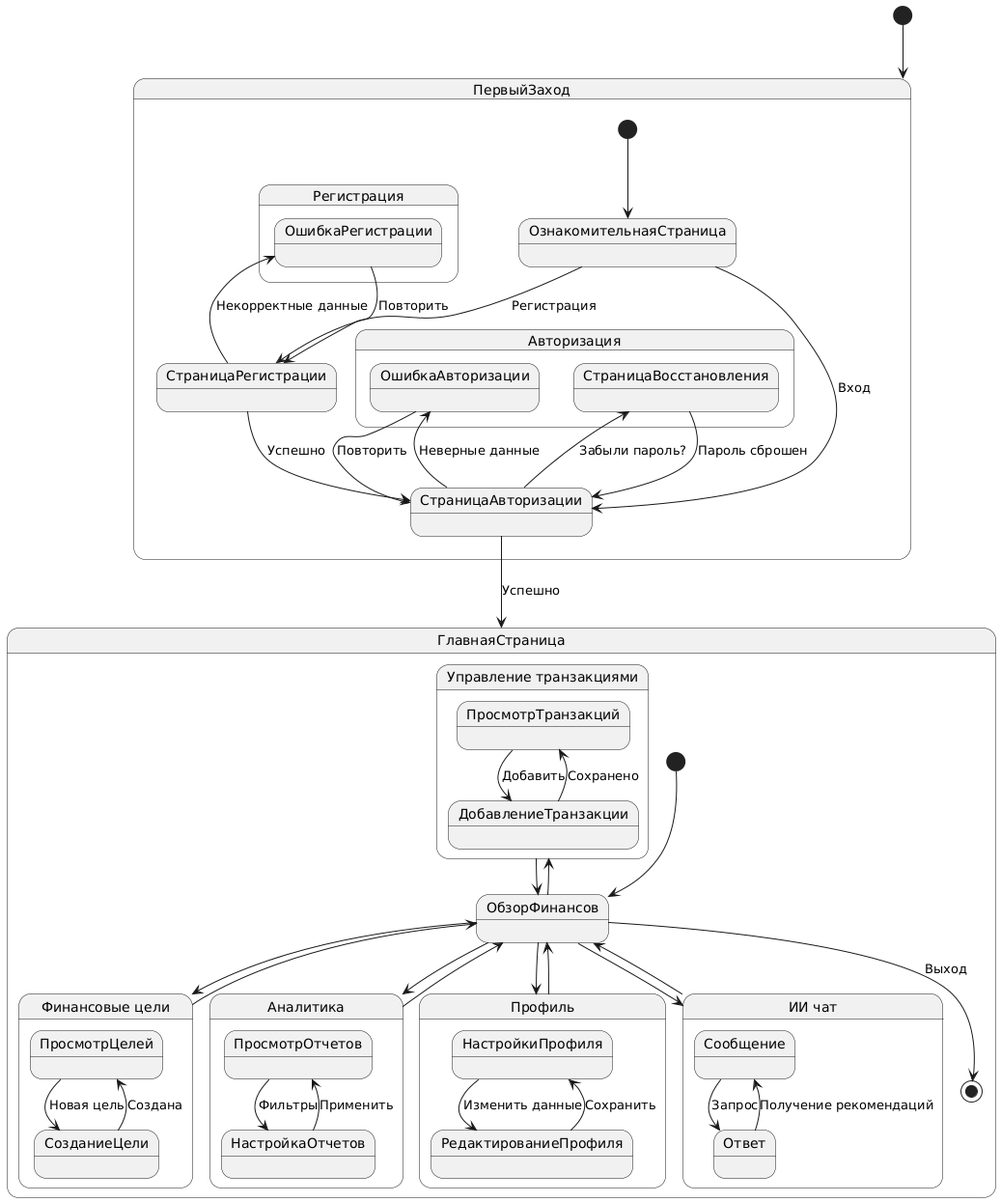
Above: diagrams/state/state.png in wizado7/MoneyGuard (PlantUML), before the change.
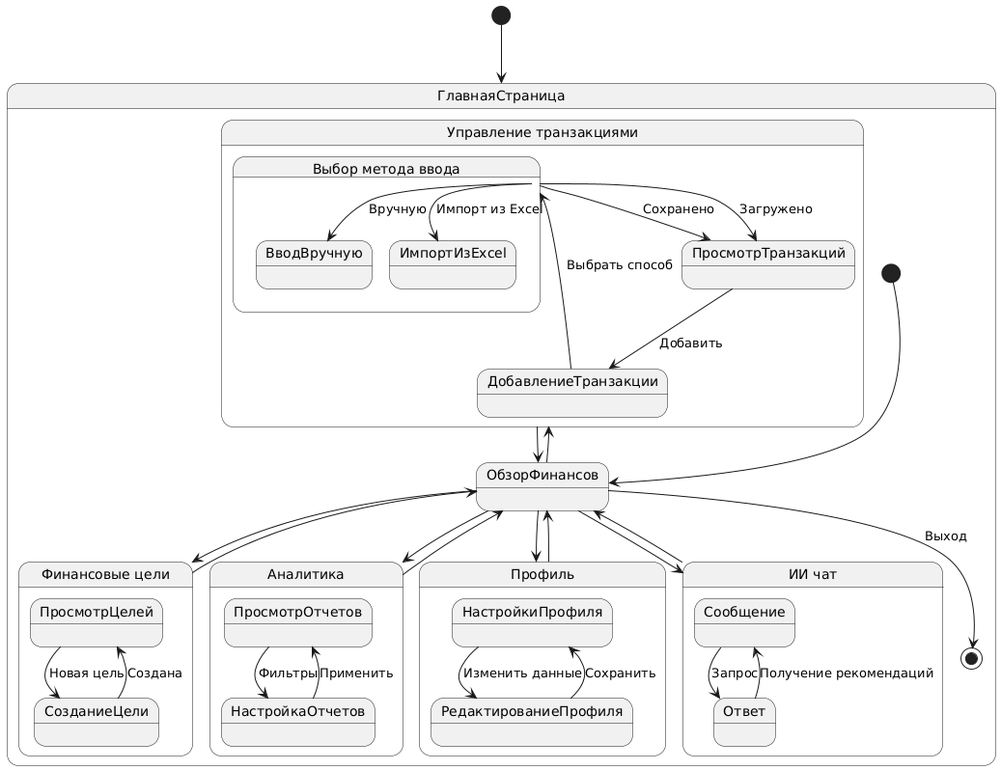
After the change.

Commit message:
Task #22: Updating diagrams for new concept

Diff of the diagram source:
```diff
@@ -1,25 +1,5 @@
 @startuml
-[*] --> ПервыйЗаход
-
-state ПервыйЗаход {
-    [*] --> ОзнакомительнаяСтраница
-    ОзнакомительнаяСтраница --> СтраницаРегистрации : Регистрация
-    ОзнакомительнаяСтраница --> СтраницаАвторизации : Вход
-
-    state "Регистрация" as reg {
-        СтраницаРегистрации --> ОшибкаРегистрации : Некорректные данные
-        ОшибкаРегистрации --> СтраницаРегистрации : Повторить
-        СтраницаРегистрации --> СтраницаАвторизации : Успешно
-    }
-
-    state "Авторизация" as auth {
-        СтраницаАвторизации --> ОшибкаАвторизации : Неверные данные
-        ОшибкаАвторизации --> СтраницаАвторизации : Повторить
-        СтраницаАвторизации --> СтраницаВосстановления : Забыли пароль?
-        СтраницаВосстановления --> СтраницаАвторизации : Пароль сброшен
-        СтраницаАвторизации --> ГлавнаяСтраница : Успешно
-    }
-}
+[*] --> ГлавнаяСтраница
 
 state ГлавнаяСтраница {
     [*] --> ОбзорФинансов
@@ -34,12 +14,16 @@
     analytics --> ОбзорФинансов
     profile --> ОбзорФинансов
 
-
     state "Управление транзакциями" as transactions {
         ПросмотрТранзакций --> ДобавлениеТранзакции : Добавить
-        ДобавлениеТранзакции --> ПросмотрТранзакций : Сохранено
+        ДобавлениеТранзакции --> ВыборМетодаВвода : Выбрать способ
+        state "Выбор метода ввода" as ВыборМетодаВвода {
+            ВыборМетодаВвода --> ВводВручную : Вручную
+            ВыборМетодаВвода --> ИмпортИзExcel : Импорт из Excel
+            ВыборМетодаВвода --> ПросмотрТранзакций : Сохранено
+            ВыборМетодаВвода --> ПросмотрТранзакций : Загружено
+        }
     }
-
 
     state "Финансовые цели" as goals {
         ПросмотрЦелей --> СозданиеЦели : Новая цель
@@ -56,12 +40,11 @@
         РедактированиеПрофиля --> НастройкиПрофиля : Сохранить
     }
 
-state "ИИ чат" as chat {
+    state "ИИ чат" as chat {
         Сообщение --> Ответ : Запрос
         Ответ --> Сообщение : Получение рекомендаций
     }
 
-
     ОбзорФинансов --> [*] : Выход
 }
 @enduml
```
